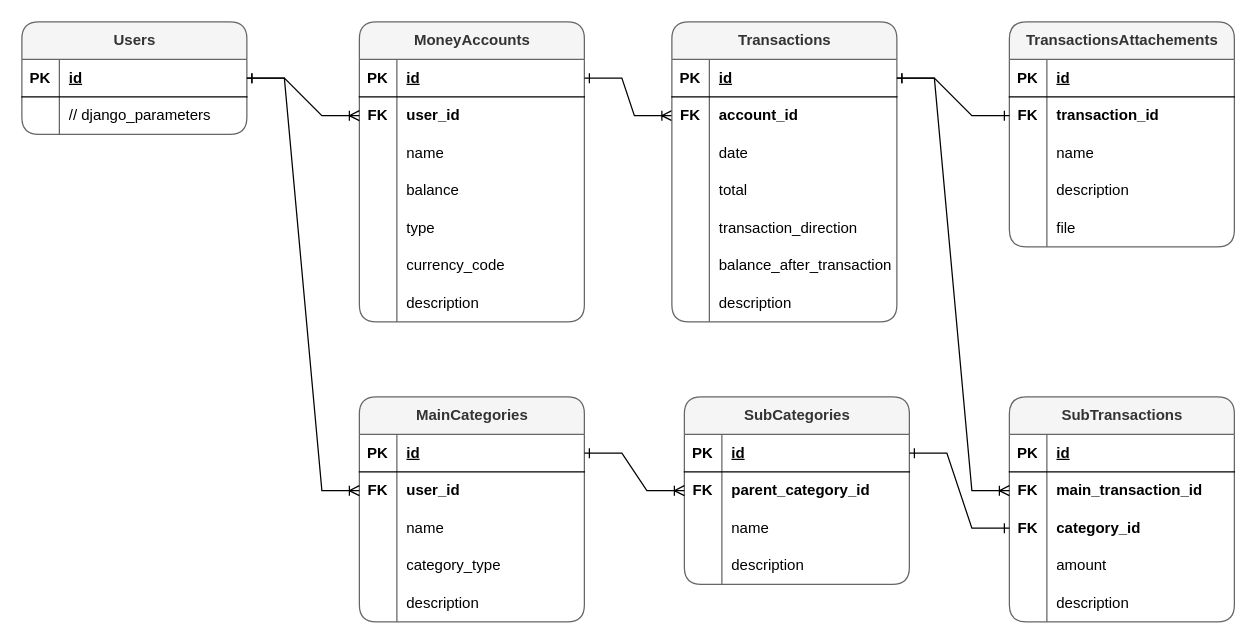
Before: docs/src/database_diagram.drawio in infoshareacademy/jpydzr6-monkeys, a draw.io diagram. Source tidied: cells renumbered, new cells numbered last; positions are measured from the earlier drawing's top-left corner, leaving out a move shared by most shapes. Both pictures are drawn from the tidied source at 125%, with x=0, y=0 at pixel (21, 21).
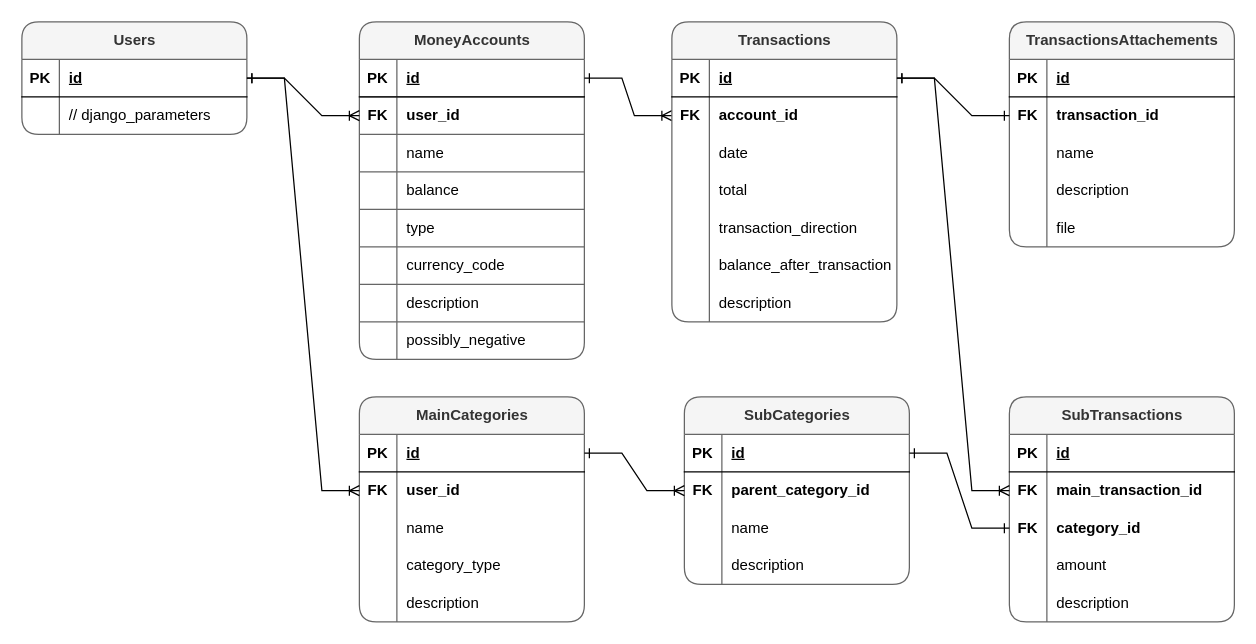
After the change.

Commit message (it also covers changes not shown here):
Database diagram has been updated

What changed in the source:
```diff
@@
-    <mxCell id="2" value="&lt;div&gt;MoneyAccounts&lt;/div&gt;" style="shape=table;startSize=30;childLayout=tableLayout;rowLines=0;fontStyle=1;align=center;html=1;fillColor=#f5f5f5;strokeColor=#666666;fontColor=#333333;rounded=1;" parent="1" vertex="1">
-      <mxGeometry x="270" width="180" height="240" as="geometry" />
+    <mxCell id="2" value="&lt;div&gt;MoneyAccounts&lt;/div&gt;" style="shape=table;startSize=30;childLayout=tableLayout;rowLines=1;fontStyle=1;align=center;html=1;fillColor=#f5f5f5;strokeColor=#666666;fontColor=#333333;rounded=1;" parent="1" vertex="1">
+      <mxGeometry x="270" width="180" height="270" as="geometry" />
     </mxCell>
@@
+    <mxCell id="121" style="shape=tableRow;horizontal=0;startSize=0;swimlaneHead=0;swimlaneBody=0;fillColor=none;top=0;left=0;right=0;bottom=0;" parent="2" vertex="1">
+      <mxGeometry y="240" width="180" height="30" as="geometry" />
+    </mxCell>
+    <mxCell id="122" style="shape=partialRectangle;fillColor=none;top=0;left=0;bottom=0;right=0;overflow=hidden;whiteSpace=wrap;html=1;" parent="121" vertex="1">
+      <mxGeometry width="30" height="30" as="geometry" />
+    </mxCell>
+    <mxCell id="123" value="possibly_negative" style="shape=partialRectangle;fillColor=none;top=0;left=0;bottom=0;right=0;align=left;spacingLeft=6;overflow=hidden;whiteSpace=wrap;html=1;" parent="121" vertex="1">
+      <mxGeometry x="30" width="150" height="30" as="geometry" />
+    </mxCell>
```
